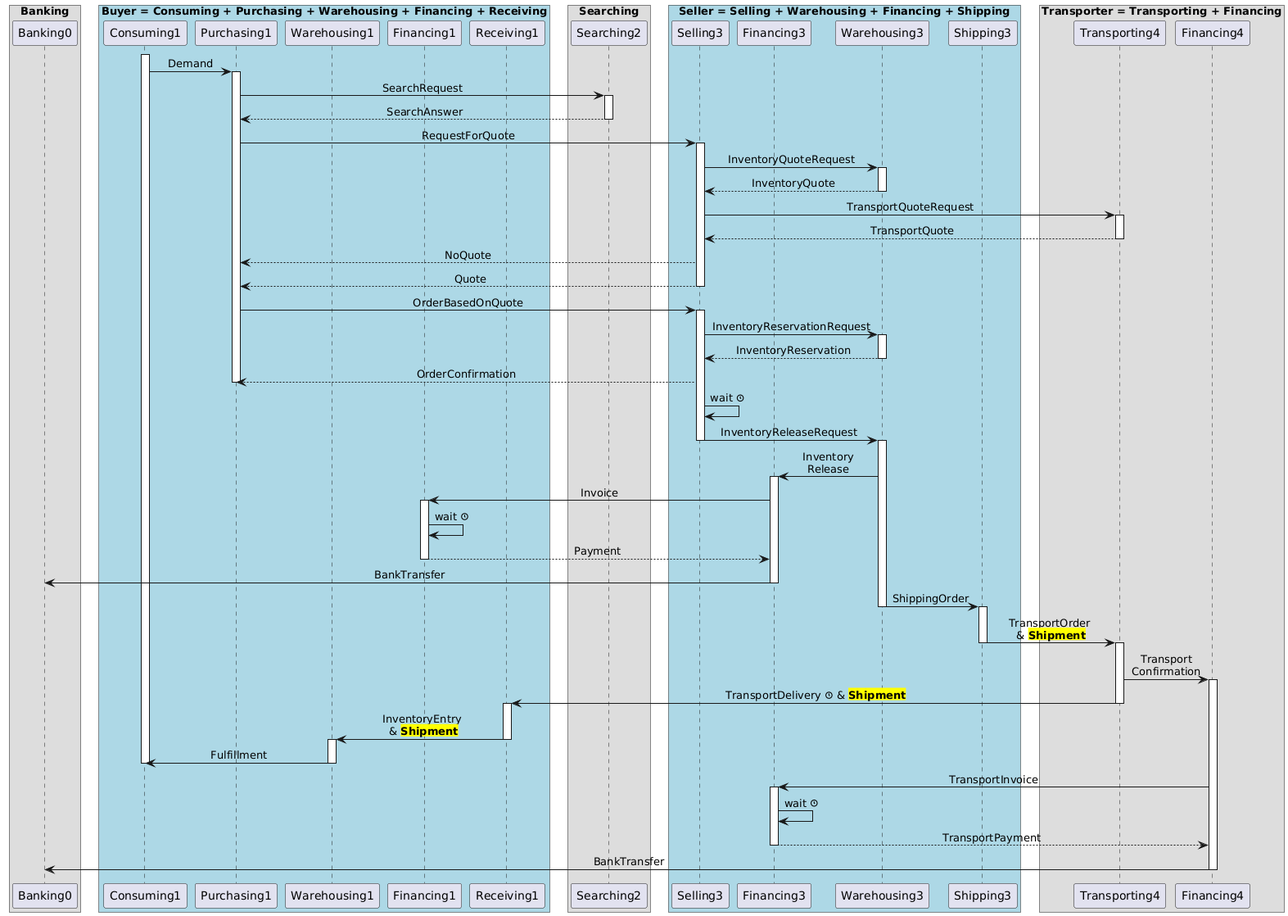
The PlantUML diagram supplychain-core/doc/design/process-demand-rfq.png in averbraeck/dsol-supplychain, before a commit.
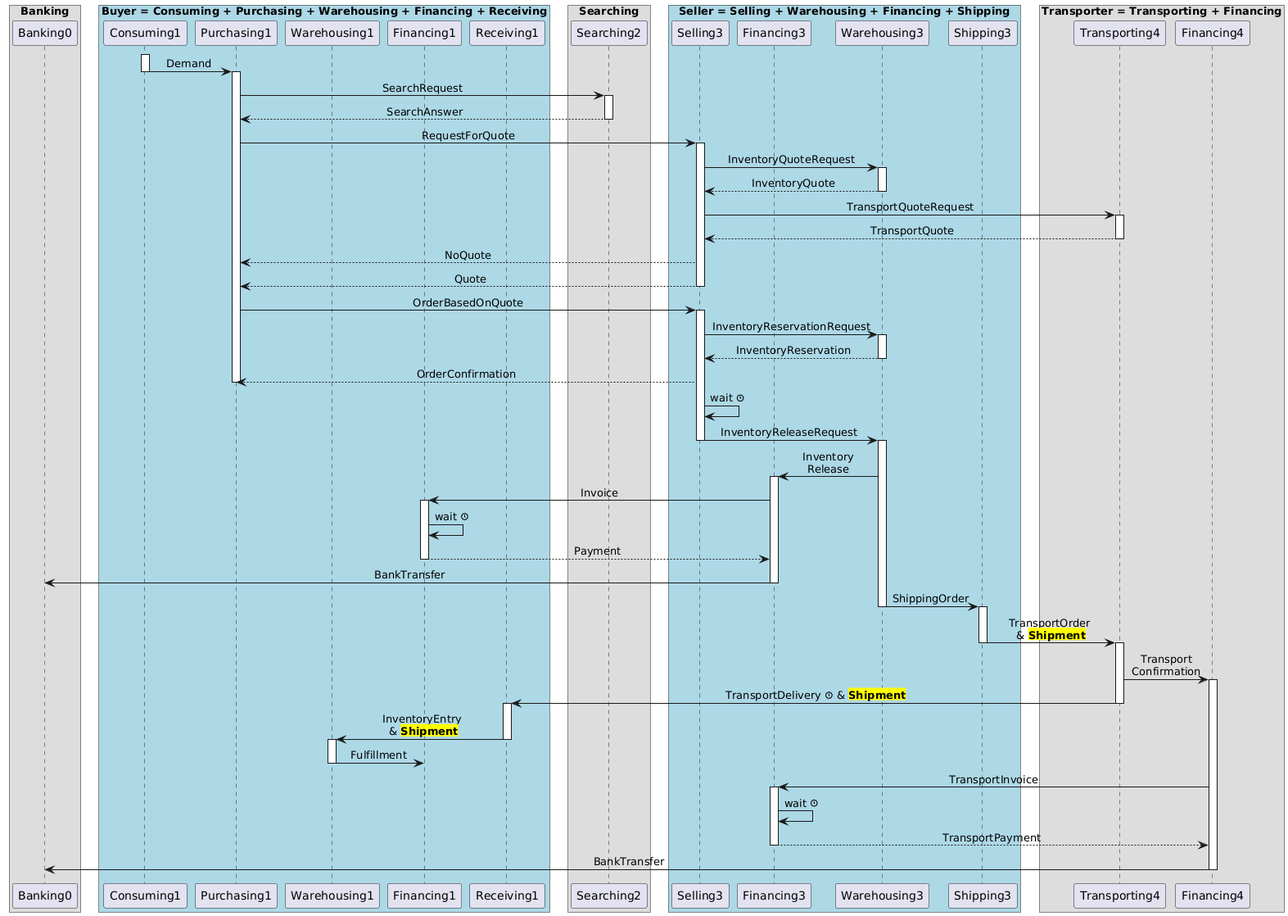
The same diagram one commit later.

Commit message:
Handling fulfillment differently

Diff of the diagram source:
```diff
@@ -32,6 +32,7 @@
 
 activate CR1
 CR1 -> PR1: Demand
+deactivate CR1
   activate PR1
   PR1 -> SR2: SearchRequest
     activate SR2
@@ -83,9 +84,8 @@
       RR1 -> WR1: InventoryEntry\n & <back:yellow><b>Shipment</b>
         deactivate RR1
       activate WR1
-      WR1 -> CR1: Fulfillment
+      WR1 -> FR1: Fulfillment
       deactivate WR1
-  deactivate CR1
     FR4 -> FR3: TransportInvoice
     activate FR3
       FR3 -> FR3: wait <&clock>
```
